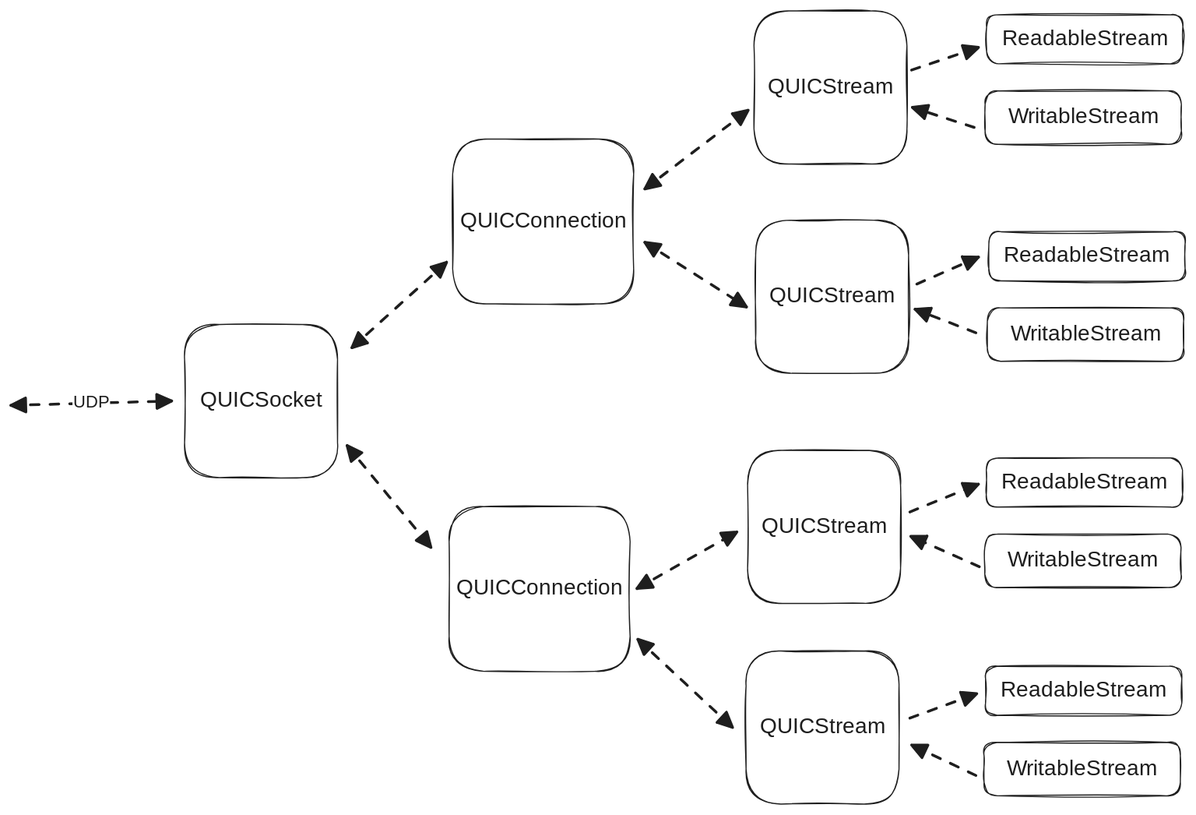
Above: images/quic_dataflow.svg in MatrixAI/js-quic (Excalidraw), before the change. Source tidied: one line per element, renumbered; positions are measured from the earlier drawing's top-left corner, leaving out a move shared by most shapes. Its diagram source:
```json
{"id": 0, "type": "rectangle", "strokeColor": "#1e1e1e", "strokeWidth": 1, "roughness": 1, "round": true, "x": 159, "y": 287, "width": 140, "height": 140}
{"id": 1, "type": "text", "text": "QUICSocket", "strokeColor": "#1e1e1e", "strokeWidth": 1, "roughness": 1, "fontSize": 20, "fontFamily": 1, "textAlign": "center", "verticalAlign": "middle", "inside": 0, "x": 171, "y": 345, "width": 117, "height": 25}
{"id": 2, "type": "rectangle", "strokeColor": "#1e1e1e", "strokeWidth": 1, "roughness": 1, "round": true, "x": 405, "y": 117, "width": 166, "height": 151}
{"id": 3, "type": "text", "text": "QUICConnection", "strokeColor": "#1e1e1e", "strokeWidth": 1, "roughness": 1, "fontSize": 20, "fontFamily": 1, "textAlign": "center", "verticalAlign": "middle", "inside": 2, "x": 412, "y": 180, "width": 152, "height": 25}
{"id": 4, "type": "rectangle", "strokeColor": "#1e1e1e", "strokeWidth": 1, "roughness": 1, "round": true, "x": 402, "y": 454, "width": 166, "height": 151}
{"id": 5, "type": "text", "text": "QUICConnection", "strokeColor": "#1e1e1e", "strokeWidth": 1, "roughness": 1, "fontSize": 20, "fontFamily": 1, "textAlign": "center", "verticalAlign": "middle", "inside": 4, "x": 409, "y": 517, "width": 152, "height": 25}
{"id": 6, "type": "rectangle", "strokeColor": "#1e1e1e", "strokeWidth": 1, "roughness": 1, "round": true, "x": 682, "y": 0, "width": 140, "height": 140}
{"id": 7, "type": "text", "text": "QUICStream", "strokeColor": "#1e1e1e", "strokeWidth": 1, "roughness": 1, "fontSize": 20, "fontFamily": 1, "textAlign": "center", "verticalAlign": "middle", "inside": 6, "x": 691, "y": 58, "width": 121, "height": 25}
{"id": 8, "type": "rectangle", "strokeColor": "#1e1e1e", "strokeWidth": 1, "roughness": 1, "round": true, "x": 683, "y": 192, "width": 140, "height": 140}
{"id": 9, "type": "text", "text": "QUICStream", "strokeColor": "#1e1e1e", "strokeWidth": 1, "roughness": 1, "fontSize": 20, "fontFamily": 1, "textAlign": "center", "verticalAlign": "middle", "inside": 8, "x": 693, "y": 249, "width": 121, "height": 25}
{"id": 10, "type": "rectangle", "strokeColor": "#1e1e1e", "strokeWidth": 1, "roughness": 1, "round": true, "x": 676, "y": 403, "width": 140, "height": 140}
{"id": 11, "type": "text", "text": "QUICStream", "strokeColor": "#1e1e1e", "strokeWidth": 1, "roughness": 1, "fontSize": 20, "fontFamily": 1, "textAlign": "center", "verticalAlign": "middle", "inside": 10, "x": 685, "y": 460, "width": 121, "height": 25}
{"id": 12, "type": "rectangle", "strokeColor": "#1e1e1e", "strokeWidth": 1, "roughness": 1, "round": true, "x": 674, "y": 587, "width": 140, "height": 140}
{"id": 13, "type": "text", "text": "QUICStream", "strokeColor": "#1e1e1e", "strokeWidth": 1, "roughness": 1, "fontSize": 20, "fontFamily": 1, "textAlign": "center", "verticalAlign": "middle", "inside": 12, "x": 684, "y": 644, "width": 121, "height": 25}
{"id": 14, "type": "arrow", "strokeColor": "#1e1e1e", "strokeWidth": 2, "strokeStyle": "dashed", "roughness": 0, "startArrowhead": "triangle", "endArrowhead": "triangle", "round": true, "from": 0, "to": 2, "x": 313, "y": 309, "width": 87, "height": 78, "points": [[0, 0], [87, -78]]}
{"id": 15, "type": "arrow", "strokeColor": "#1e1e1e", "strokeWidth": 2, "strokeStyle": "dashed", "roughness": 0, "startArrowhead": "triangle", "endArrowhead": "triangle", "round": true, "from": 0, "to": 4, "x": 308, "y": 398, "width": 77, "height": 93, "points": [[0, 0], [77, 93]]}
{"id": 16, "type": "arrow", "strokeColor": "#1e1e1e", "strokeWidth": 2, "strokeStyle": "dashed", "roughness": 0, "startArrowhead": "triangle", "endArrowhead": "triangle", "round": true, "from": 2, "to": 6, "x": 581, "y": 163, "width": 95, "height": 72, "points": [[0, 0], [95, -72]]}
{"id": 17, "type": "arrow", "strokeColor": "#1e1e1e", "strokeWidth": 2, "strokeStyle": "dashed", "roughness": 0, "startArrowhead": "triangle", "endArrowhead": "triangle", "round": true, "from": 2, "to": 8, "x": 581, "y": 212, "width": 93, "height": 59, "points": [[0, 0], [93, 59]]}
{"id": 18, "type": "arrow", "strokeColor": "#1e1e1e", "strokeWidth": 2, "strokeStyle": "dashed", "roughness": 0, "startArrowhead": "triangle", "endArrowhead": "triangle", "round": true, "from": 4, "to": 10, "x": 574, "y": 529, "width": 92, "height": 52, "points": [[0, 0], [92, -52]]}
{"id": 19, "type": "arrow", "strokeColor": "#1e1e1e", "strokeWidth": 2, "strokeStyle": "dashed", "roughness": 0, "startArrowhead": "triangle", "endArrowhead": "triangle", "round": true, "from": 4, "to": 12, "x": 575, "y": 576, "width": 87, "height": 81, "points": [[0, 0], [87, 81]]}
{"id": 20, "type": "rectangle", "strokeColor": "#1e1e1e", "strokeWidth": 1, "roughness": 1, "round": true, "x": 895, "y": 3, "width": 180, "height": 45}
{"id": 21, "type": "text", "text": "ReadableStream", "strokeColor": "#1e1e1e", "strokeWidth": 1, "roughness": 1, "fontSize": 20, "fontFamily": 1, "textAlign": "center", "verticalAlign": "middle", "inside": 20, "x": 906, "y": 13, "width": 158, "height": 25}
{"id": 22, "type": "rectangle", "strokeColor": "#1e1e1e", "strokeWidth": 1, "roughness": 1, "round": true, "x": 894, "y": 73, "width": 180, "height": 49}
{"id": 23, "type": "text", "text": "WritableStream", "strokeColor": "#1e1e1e", "strokeWidth": 1, "roughness": 1, "fontSize": 20, "fontFamily": 1, "textAlign": "center", "verticalAlign": "middle", "inside": 22, "x": 910, "y": 85, "width": 148, "height": 25}
{"id": 24, "type": "rectangle", "strokeColor": "#1e1e1e", "strokeWidth": 1, "roughness": 1, "round": true, "x": 897, "y": 202, "width": 180, "height": 45}
{"id": 25, "type": "text", "text": "ReadableStream", "strokeColor": "#1e1e1e", "strokeWidth": 1, "roughness": 1, "fontSize": 20, "fontFamily": 1, "textAlign": "center", "verticalAlign": "middle", "inside": 24, "x": 908, "y": 212, "width": 158, "height": 25}
{"id": 26, "type": "rectangle", "strokeColor": "#1e1e1e", "strokeWidth": 1, "roughness": 1, "round": true, "x": 896, "y": 272, "width": 180, "height": 49}
{"id": 27, "type": "text", "text": "WritableStream", "strokeColor": "#1e1e1e", "strokeWidth": 1, "roughness": 1, "fontSize": 20, "fontFamily": 1, "textAlign": "center", "verticalAlign": "middle", "inside": 26, "x": 912, "y": 284, "width": 148, "height": 25}
{"id": 28, "type": "rectangle", "strokeColor": "#1e1e1e", "strokeWidth": 1, "roughness": 1, "round": true, "x": 895, "y": 410, "width": 180, "height": 45}
{"id": 29, "type": "text", "text": "ReadableStream", "strokeColor": "#1e1e1e", "strokeWidth": 1, "roughness": 1, "fontSize": 20, "fontFamily": 1, "textAlign": "center", "verticalAlign": "middle", "inside": 28, "x": 906, "y": 420, "width": 158, "height": 25}
{"id": 30, "type": "rectangle", "strokeColor": "#1e1e1e", "strokeWidth": 1, "roughness": 1, "round": true, "x": 893, "y": 479, "width": 180, "height": 49}
{"id": 31, "type": "text", "text": "WritableStream", "strokeColor": "#1e1e1e", "strokeWidth": 1, "roughness": 1, "fontSize": 20, "fontFamily": 1, "textAlign": "center", "verticalAlign": "middle", "inside": 30, "x": 909, "y": 491, "width": 148, "height": 25}
{"id": 32, "type": "rectangle", "strokeColor": "#1e1e1e", "strokeWidth": 1, "roughness": 1, "round": true, "x": 894, "y": 601, "width": 180, "height": 45}
{"id": 33, "type": "text", "text": "ReadableStream", "strokeColor": "#1e1e1e", "strokeWidth": 1, "roughness": 1, "fontSize": 20, "fontFamily": 1, "textAlign": "center", "verticalAlign": "middle", "inside": 32, "x": 905, "y": 611, "width": 158, "height": 25}
{"id": 34, "type": "rectangle", "strokeColor": "#1e1e1e", "strokeWidth": 1, "roughness": 1, "round": true, "x": 893, "y": 670, "width": 180, "height": 49}
{"id": 35, "type": "text", "text": "WritableStream", "strokeColor": "#1e1e1e", "strokeWidth": 1, "roughness": 1, "fontSize": 20, "fontFamily": 1, "textAlign": "center", "verticalAlign": "middle", "inside": 34, "x": 909, "y": 682, "width": 148, "height": 25}
{"id": 36, "type": "arrow", "strokeColor": "#1e1e1e", "strokeWidth": 2, "strokeStyle": "dashed", "roughness": 0, "endArrowhead": "triangle", "round": true, "from": 6, "to": 20, "x": 826, "y": 54, "width": 61, "height": 21, "points": [[0, 0], [61, -21]]}
{"id": 37, "type": "arrow", "strokeColor": "#1e1e1e", "strokeWidth": 2, "strokeStyle": "dashed", "roughness": 0, "endArrowhead": "triangle", "round": true, "from": 22, "to": 6, "x": 883, "y": 107, "width": 57, "height": 18, "points": [[0, 0], [-57, -18]]}
{"id": 38, "type": "arrow", "strokeColor": "#1e1e1e", "strokeWidth": 2, "strokeStyle": "dashed", "roughness": 0, "endArrowhead": "triangle", "round": true, "from": 8, "to": 24, "x": 831, "y": 250, "width": 57, "height": 25, "points": [[0, 0], [57, -25]]}
{"id": 39, "type": "arrow", "strokeColor": "#1e1e1e", "strokeWidth": 2, "strokeStyle": "dashed", "roughness": 0, "endArrowhead": "triangle", "round": true, "from": 26, "to": 8, "x": 885, "y": 295, "width": 56, "height": 22, "points": [[0, 0], [-56, -22]]}
{"id": 40, "type": "arrow", "strokeColor": "#1e1e1e", "strokeWidth": 2, "strokeStyle": "dashed", "roughness": 0, "endArrowhead": "triangle", "round": true, "from": 10, "to": 28, "x": 825, "y": 459, "width": 63, "height": 26, "points": [[0, 0], [63, -26]]}
{"id": 41, "type": "arrow", "strokeColor": "#1e1e1e", "strokeWidth": 2, "strokeStyle": "dashed", "roughness": 0, "endArrowhead": "triangle", "round": true, "from": 30, "to": 10, "x": 888, "y": 509, "width": 63, "height": 28, "points": [[0, 0], [-63, -28]]}
{"id": 42, "type": "arrow", "strokeColor": "#1e1e1e", "strokeWidth": 2, "strokeStyle": "dashed", "roughness": 0, "endArrowhead": "triangle", "round": true, "from": 12, "to": 32, "x": 825, "y": 648, "width": 61, "height": 22, "points": [[0, 0], [61, -22]]}
{"id": 43, "type": "arrow", "strokeColor": "#1e1e1e", "strokeWidth": 2, "strokeStyle": "dashed", "roughness": 0, "endArrowhead": "triangle", "round": true, "from": 34, "to": 12, "x": 885, "y": 701, "width": 59, "height": 28, "points": [[0, 0], [-59, -28]]}
{"id": 44, "type": "arrow", "strokeColor": "#1e1e1e", "strokeWidth": 2, "strokeStyle": "dashed", "roughness": 0, "startArrowhead": "triangle", "endArrowhead": "triangle", "round": true, "to": 0, "x": 0, "y": 361, "width": 147, "height": 4, "points": [[0, 0], [147, -4]]}
{"id": 45, "type": "text", "text": "UDP", "strokeColor": "#1e1e1e", "strokeWidth": 2, "strokeStyle": "dashed", "roughness": 0, "fontSize": 16, "fontFamily": 1, "textAlign": "center", "verticalAlign": "middle", "inside": 44, "x": 71, "y": 349, "width": 34, "height": 20}
```
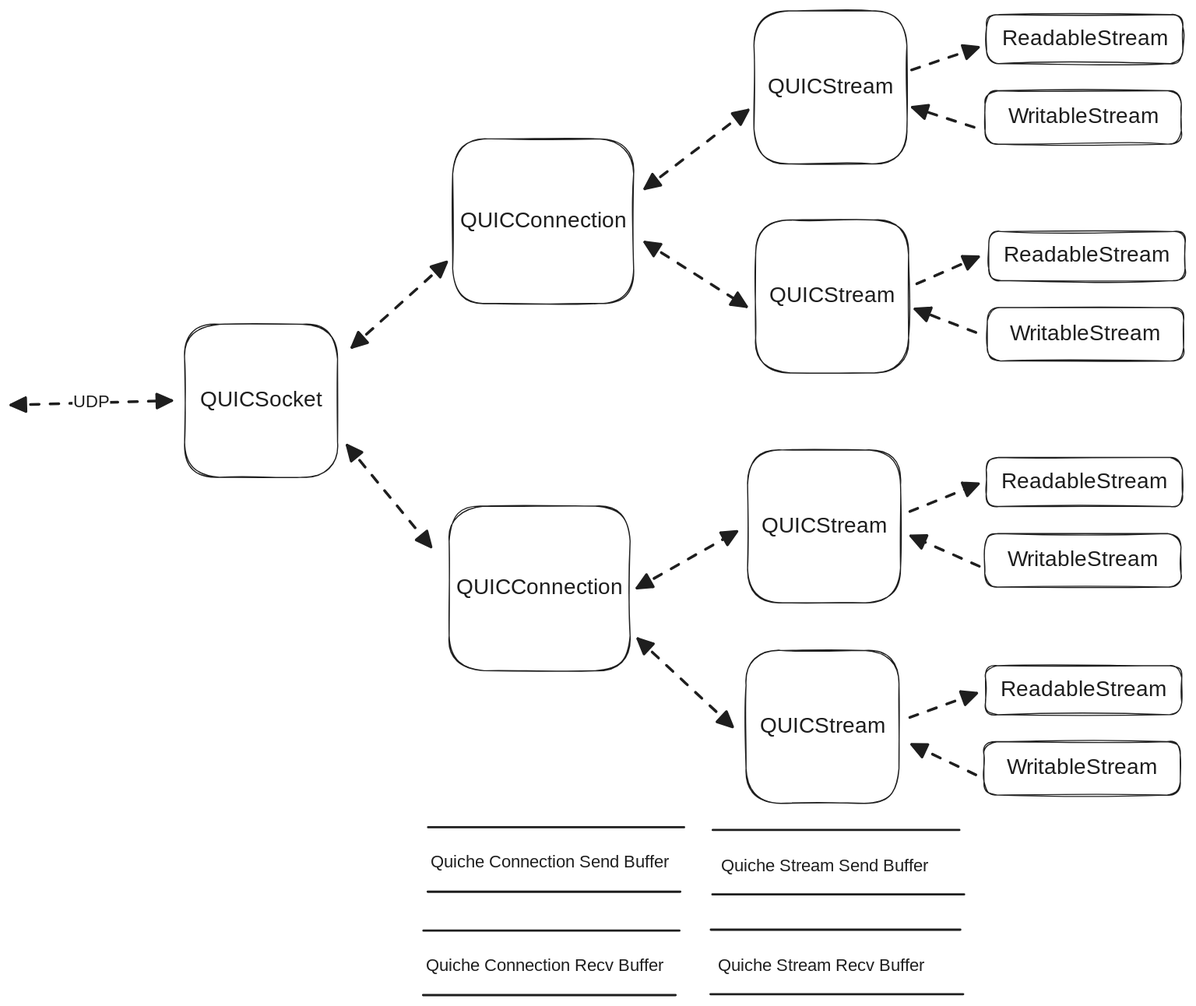
The same file after the commit.

The edit, as a diff of the source:
```diff
@@ -44,3 +44,15 @@
 {"id": 43, "type": "arrow", "strokeColor": "#1e1e1e", "strokeWidth": 2, "strokeStyle": "dashed", "roughness": 0, "endArrowhead": "triangle", "round": true, "from": 34, "to": 12, "x": 885, "y": 701, "width": 59, "height": 28, "points": [[0, 0], [-59, -28]]}
 {"id": 44, "type": "arrow", "strokeColor": "#1e1e1e", "strokeWidth": 2, "strokeStyle": "dashed", "roughness": 0, "startArrowhead": "triangle", "endArrowhead": "triangle", "round": true, "to": 0, "x": 0, "y": 361, "width": 147, "height": 4, "points": [[0, 0], [147, -4]]}
 {"id": 45, "type": "text", "text": "UDP", "strokeColor": "#1e1e1e", "strokeWidth": 2, "strokeStyle": "dashed", "roughness": 0, "fontSize": 16, "fontFamily": 1, "textAlign": "center", "verticalAlign": "middle", "inside": 44, "x": 71, "y": 349, "width": 34, "height": 20}
+{"id": 46, "type": "line", "strokeColor": "#1e1e1e", "strokeWidth": 2, "roughness": 0, "round": true, "x": 644, "y": 751, "width": 226, "height": 0, "points": [[0, 0], [226, 0]]}
+{"id": 47, "type": "text", "text": "Quiche Stream Send Buffer", "strokeColor": "#1e1e1e", "strokeWidth": 2, "roughness": 0, "fontSize": 16, "fontFamily": 1, "x": 651, "y": 775, "width": 215, "height": 20}
+{"id": 48, "type": "line", "strokeColor": "#1e1e1e", "strokeWidth": 2, "roughness": 0, "round": true, "x": 643, "y": 810, "width": 231, "height": 0, "points": [[0, 0], [231, 0]]}
+{"id": 49, "type": "line", "strokeColor": "#1e1e1e", "strokeWidth": 2, "roughness": 0, "round": true, "x": 383, "y": 749, "width": 235, "height": 0, "points": [[0, 0], [235, 0]]}
+{"id": 50, "type": "text", "text": "Quiche Connection Send Buffer", "strokeColor": "#1e1e1e", "strokeWidth": 2, "roughness": 0, "fontSize": 16, "fontFamily": 1, "x": 385, "y": 771, "width": 239, "height": 20}
+{"id": 51, "type": "line", "strokeColor": "#1e1e1e", "strokeWidth": 2, "roughness": 0, "round": true, "x": 382, "y": 808, "width": 232, "height": 0, "points": [[0, 0], [232, 0]]}
+{"id": 52, "type": "line", "strokeColor": "#1e1e1e", "strokeWidth": 2, "roughness": 0, "round": true, "x": 642, "y": 843, "width": 229, "height": 0, "points": [[0, 0], [229, 0]]}
+{"id": 53, "type": "text", "text": "Quiche Stream Recv Buffer", "strokeColor": "#1e1e1e", "strokeWidth": 2, "roughness": 0, "fontSize": 16, "fontFamily": 1, "x": 648, "y": 866, "width": 216, "height": 20}
+{"id": 54, "type": "line", "strokeColor": "#1e1e1e", "strokeWidth": 2, "roughness": 0, "round": true, "x": 642, "y": 902, "width": 232, "height": 0, "points": [[0, 0], [232, 0]]}
+{"id": 55, "type": "line", "strokeColor": "#1e1e1e", "strokeWidth": 2, "roughness": 0, "round": true, "x": 378, "y": 844, "width": 235, "height": 0, "points": [[0, 0], [235, 0]]}
+{"id": 56, "type": "text", "text": "Quiche Connection Recv Buffer", "strokeColor": "#1e1e1e", "strokeWidth": 2, "roughness": 0, "fontSize": 16, "fontFamily": 1, "x": 380, "y": 866, "width": 240, "height": 20}
+{"id": 57, "type": "line", "strokeColor": "#1e1e1e", "strokeWidth": 2, "roughness": 0, "round": true, "x": 378, "y": 903, "width": 232, "height": 0, "points": [[0, 0], [232, 0]]}
```
